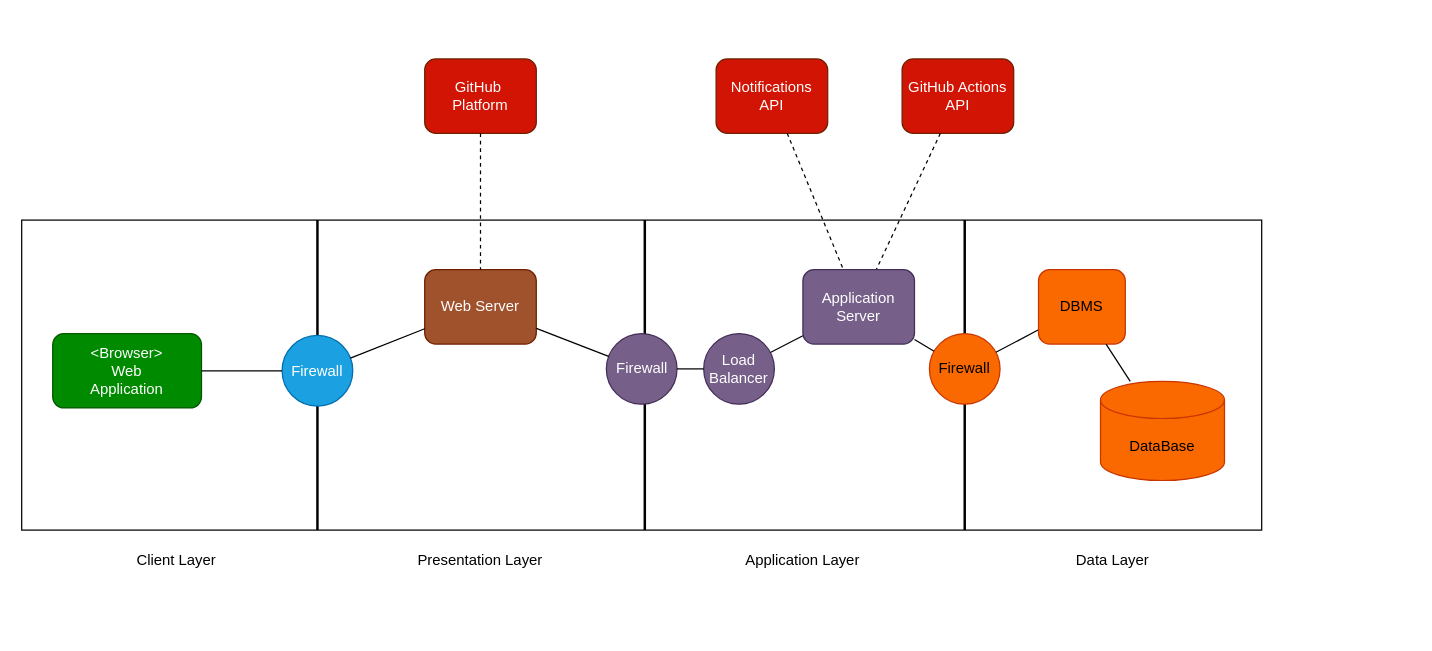
The draw.io diagram DDwip/ExtraFiles/FourTierApplication.drawio in francescospangaro/SpangaroTosettiRiccardi, before the edit. Source tidied: cells renumbered, new cells numbered last; positions are measured from the earlier drawing's top-left corner, leaving out a move shared by most shapes. Both pictures are drawn from the tidied source at 124%, with x=0, y=0 at pixel (21, 58).
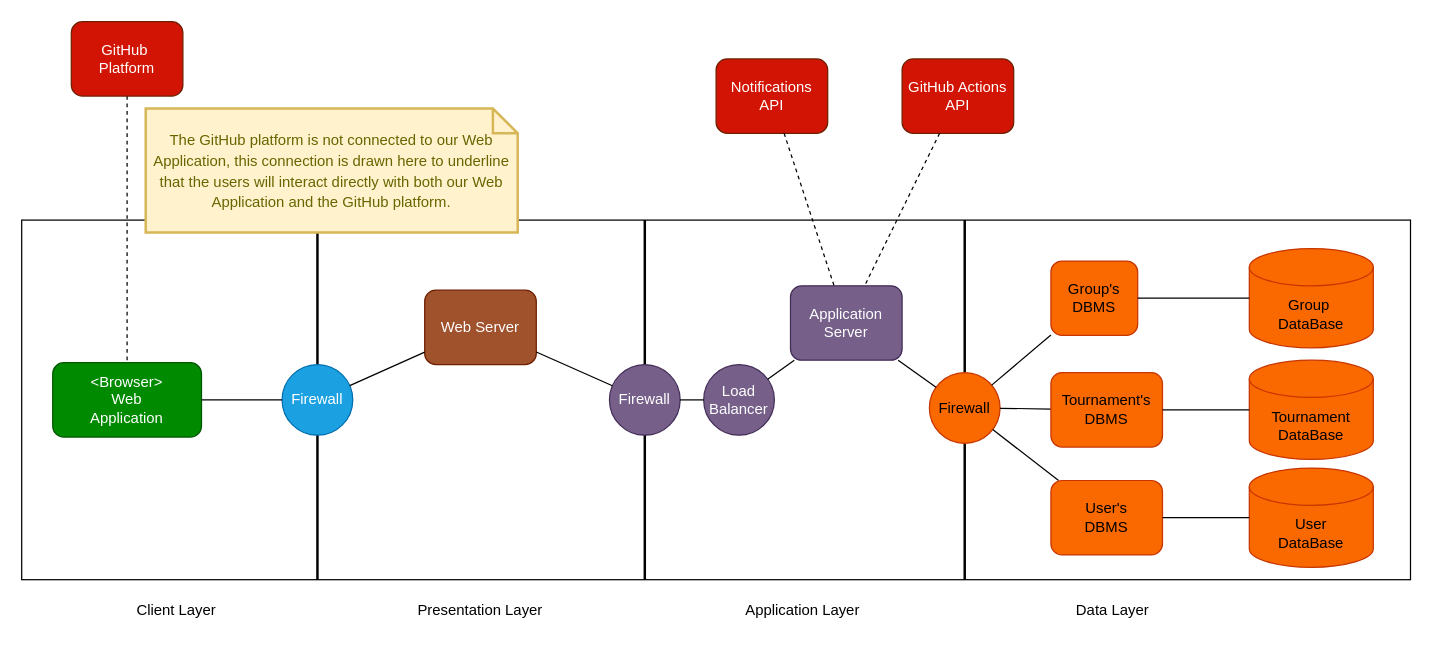
The same diagram, later.

Change to the diagram source:
```diff
@@
     <mxCell id="2" style="rounded=0;whiteSpace=wrap;html=1;" parent="1" vertex="1">
-      <mxGeometry y="130" width="1000" height="250" as="geometry" />
+      <mxGeometry y="130" width="1120" height="290" as="geometry" />
     </mxCell>
     <mxCell id="3" style="line;strokeWidth=2;direction=south;html=1;" parent="1" vertex="1">
-      <mxGeometry x="237" y="130" width="3" height="250" as="geometry" />
+      <mxGeometry x="237" y="130" width="3" height="290" as="geometry" />
     </mxCell>
     <mxCell id="4" style="line;strokeWidth=2;direction=south;html=1;" parent="1" vertex="1">
-      <mxGeometry x="501" y="130" width="3" height="250" as="geometry" />
+      <mxGeometry x="501" y="130" width="3" height="290" as="geometry" />
     </mxCell>
     <mxCell id="5" style="line;strokeWidth=2;direction=south;html=1;" parent="1" vertex="1">
-      <mxGeometry x="759" y="130" width="3" height="250" as="geometry" />
+      <mxGeometry x="759" y="130" width="3" height="290" as="geometry" />
     </mxCell>
     <mxCell id="6" value="&lt;div&gt;&amp;lt;Browser&amp;gt;&lt;/div&gt;&lt;div&gt;Web&lt;/div&gt;&lt;div&gt;Application&lt;br&gt;&lt;/div&gt;" style="rounded=1;whiteSpace=wrap;html=1;fillColor=#008a00;fontColor=#ffffff;strokeColor=#005700;" parent="1" vertex="1">
-      <mxGeometry x="25" y="221.5" width="120" height="60" as="geometry" />
+      <mxGeometry x="25" y="245" width="120" height="60" as="geometry" />
     </mxCell>
     <mxCell id="7" value="Firewall" style="ellipse;whiteSpace=wrap;html=1;fillColor=#1ba1e2;fontColor=#ffffff;strokeColor=#006EAF;" parent="1" vertex="1">
-      <mxGeometry x="210" y="223" width="57" height="57" as="geometry" />
+      <mxGeometry x="210" y="246.5" width="57" height="57" as="geometry" />
     </mxCell>
@@
     <mxCell id="9" value="Web Server" style="rounded=1;whiteSpace=wrap;html=1;fillColor=#a0522d;fontColor=#ffffff;strokeColor=#6D1F00;" parent="1" vertex="1">
-      <mxGeometry x="325" y="170" width="90" height="60" as="geometry" />
+      <mxGeometry x="325" y="186.5" width="90" height="60" as="geometry" />
     </mxCell>
@@
     <mxCell id="13" value="Client Layer" style="text;html=1;strokeColor=none;fillColor=none;align=center;verticalAlign=middle;whiteSpace=wrap;rounded=0;" parent="1" vertex="1">
-      <mxGeometry x="80" y="390" width="90" height="30" as="geometry" />
+      <mxGeometry x="80" y="430" width="90" height="30" as="geometry" />
     </mxCell>
     <mxCell id="14" value="Presentation Layer" style="text;html=1;strokeColor=none;fillColor=none;align=center;verticalAlign=middle;whiteSpace=wrap;rounded=0;" parent="1" vertex="1">
-      <mxGeometry x="290" y="390" width="160" height="30" as="geometry" />
+      <mxGeometry x="290" y="430" width="160" height="30" as="geometry" />
     </mxCell>
     <mxCell id="15" value="Application Layer" style="text;html=1;strokeColor=none;fillColor=none;align=center;verticalAlign=middle;whiteSpace=wrap;rounded=0;" parent="1" vertex="1">
-      <mxGeometry x="550" y="390" width="160" height="30" as="geometry" />
+      <mxGeometry x="550" y="430" width="160" height="30" as="geometry" />
     </mxCell>
     <mxCell id="16" value="Data Layer" style="text;html=1;strokeColor=none;fillColor=none;align=center;verticalAlign=middle;whiteSpace=wrap;rounded=0;" parent="1" vertex="1">
-      <mxGeometry x="800" y="390" width="160" height="30" as="geometry" />
+      <mxGeometry x="800" y="430" width="160" height="30" as="geometry" />
     </mxCell>
+    <mxCell id="33" style="edgeStyle=orthogonalEdgeStyle;rounded=0;jettySize=auto;html=1;endArrow=none;endFill=0;dashed=1;" parent="1" edge="1" source="17" target="6">
+      <mxGeometry relative="1" as="geometry" />
+    </mxCell>
     <mxCell id="17" value="&lt;div&gt;GitHub&amp;nbsp;&lt;/div&gt;&lt;div&gt;Platform&lt;/div&gt;" style="rounded=1;whiteSpace=wrap;html=1;fillColor=#D21404;fontColor=#ffffff;strokeColor=#6D1F00;" parent="1" vertex="1">
-      <mxGeometry x="325" width="90" height="60" as="geometry" />
+      <mxGeometry x="40" y="-30" width="90" height="60" as="geometry" />
     </mxCell>
-    <mxCell id="18" style="endArrow=none;dashed=1;html=1;rounded=0;" parent="1" edge="1" source="17" target="9">
-      <mxGeometry relative="1" as="geometry" />
-    </mxCell>
     <mxCell id="19" value="Firewall" style="ellipse;whiteSpace=wrap;html=1;fillColor=#76608a;fontColor=#ffffff;strokeColor=#432D57;" parent="1" vertex="1">
-      <mxGeometry x="471.5" y="221.5" width="57" height="57" as="geometry" />
+      <mxGeometry x="474" y="246.5" width="57" height="57" as="geometry" />
     </mxCell>
@@
     <mxCell id="21" value="&lt;div&gt;Load&lt;/div&gt;&lt;div&gt;Balancer&lt;br&gt;&lt;/div&gt;" style="ellipse;whiteSpace=wrap;html=1;fillColor=#76608a;fontColor=#ffffff;strokeColor=#432D57;" parent="1" vertex="1">
-      <mxGeometry x="550" y="221.5" width="57" height="57" as="geometry" />
+      <mxGeometry x="550" y="246.5" width="57" height="57" as="geometry" />
     </mxCell>
@@
     <mxCell id="23" value="&lt;div&gt;Application&lt;/div&gt;&lt;div&gt;Server&lt;br&gt;&lt;/div&gt;" style="rounded=1;whiteSpace=wrap;html=1;fillColor=#76608a;fontColor=#ffffff;strokeColor=#432D57;" parent="1" vertex="1">
-      <mxGeometry x="630" y="170" width="90" height="60" as="geometry" />
+      <mxGeometry x="620" y="183" width="90" height="60" as="geometry" />
     </mxCell>
@@
     <mxCell id="25" value="Firewall" style="ellipse;whiteSpace=wrap;html=1;fillColor=#fa6800;fontColor=#000000;strokeColor=#C73500;" parent="1" vertex="1">
-      <mxGeometry x="732" y="221.5" width="57" height="57" as="geometry" />
+      <mxGeometry x="732" y="253" width="57" height="57" as="geometry" />
     </mxCell>
@@
-    <mxCell id="28" value="DBMS" style="rounded=1;whiteSpace=wrap;html=1;fillColor=#fa6800;fontColor=#000000;strokeColor=#C73500;" parent="1" vertex="1">
-      <mxGeometry x="820" y="170" width="70" height="60" as="geometry" />
+    <mxCell id="28" value="&lt;div&gt;Group's&lt;/div&gt;&lt;div&gt;DBMS&lt;br&gt;&lt;/div&gt;" style="rounded=1;whiteSpace=wrap;html=1;fillColor=#fa6800;fontColor=#000000;strokeColor=#C73500;" parent="1" vertex="1">
+      <mxGeometry x="830" y="163" width="70" height="60" as="geometry" />
     </mxCell>
-    <mxCell id="29" value="DataBase" style="shape=cylinder3;whiteSpace=wrap;html=1;boundedLbl=1;backgroundOutline=1;size=15;fillColor=#fa6800;fontColor=#000000;strokeColor=#C73500;" parent="1" vertex="1">
-      <mxGeometry x="870" y="260" width="100" height="80" as="geometry" />
+    <mxCell id="29" value="&lt;div&gt;Group&amp;nbsp;&lt;/div&gt;&lt;div&gt;DataBase&lt;/div&gt;" style="shape=cylinder3;whiteSpace=wrap;html=1;boundedLbl=1;backgroundOutline=1;size=15;fillColor=#fa6800;fontColor=#000000;strokeColor=#C73500;" parent="1" vertex="1">
+      <mxGeometry x="990" y="153" width="100" height="80" as="geometry" />
     </mxCell>
@@
+    <mxCell id="34" value="&lt;font style=&quot;font-size: 12px;&quot;&gt;The GitHub platform is not connected to our Web Application, this connection is drawn here to underline that the users will interact directly with both our Web Application and the GitHub platform.&lt;/font&gt;" style="shape=note;strokeWidth=2;fontSize=14;size=20;whiteSpace=wrap;html=1;fillColor=#fff2cc;strokeColor=#d6b656;fontColor=#666600;" parent="1" vertex="1">
+      <mxGeometry x="100" y="40" width="300" height="100" as="geometry" />
+    </mxCell>
+    <mxCell id="35" style="endArrow=none;html=1;rounded=0;" parent="1" edge="1" source="36" target="25">
+      <mxGeometry relative="1" as="geometry" />
+    </mxCell>
+    <mxCell id="36" value="Tournament's&lt;div&gt;DBMS&lt;br&gt;&lt;/div&gt;" style="rounded=1;whiteSpace=wrap;html=1;fillColor=#fa6800;fontColor=#000000;strokeColor=#C73500;" parent="1" vertex="1">
+      <mxGeometry x="830" y="253" width="90" height="60" as="geometry" />
+    </mxCell>
+    <mxCell id="37" value="Tournament&lt;div&gt;DataBase&lt;/div&gt;" style="shape=cylinder3;whiteSpace=wrap;html=1;boundedLbl=1;backgroundOutline=1;size=15;fillColor=#fa6800;fontColor=#000000;strokeColor=#C73500;" parent="1" vertex="1">
+      <mxGeometry x="990" y="243" width="100" height="80" as="geometry" />
+    </mxCell>
+    <mxCell id="38" style="endArrow=none;html=1;rounded=0;" parent="1" edge="1" source="36" target="37">
+      <mxGeometry relative="1" as="geometry" />
+    </mxCell>
+    <mxCell id="39" style="endArrow=none;html=1;rounded=0;" parent="1" edge="1" source="40" target="25">
+      <mxGeometry relative="1" as="geometry" />
+    </mxCell>
+    <mxCell id="40" value="User's&lt;div&gt;DBMS&lt;br&gt;&lt;/div&gt;" style="rounded=1;whiteSpace=wrap;html=1;fillColor=#fa6800;fontColor=#000000;strokeColor=#C73500;" parent="1" vertex="1">
+      <mxGeometry x="830" y="340" width="90" height="60" as="geometry" />
+    </mxCell>
+    <mxCell id="41" value="User&lt;div&gt;DataBase&lt;/div&gt;" style="shape=cylinder3;whiteSpace=wrap;html=1;boundedLbl=1;backgroundOutline=1;size=15;fillColor=#fa6800;fontColor=#000000;strokeColor=#C73500;" parent="1" vertex="1">
+      <mxGeometry x="990" y="330" width="100" height="80" as="geometry" />
+    </mxCell>
+    <mxCell id="42" style="endArrow=none;html=1;rounded=0;" parent="1" edge="1" source="40" target="41">
+      <mxGeometry relative="1" as="geometry" />
+    </mxCell>
```
